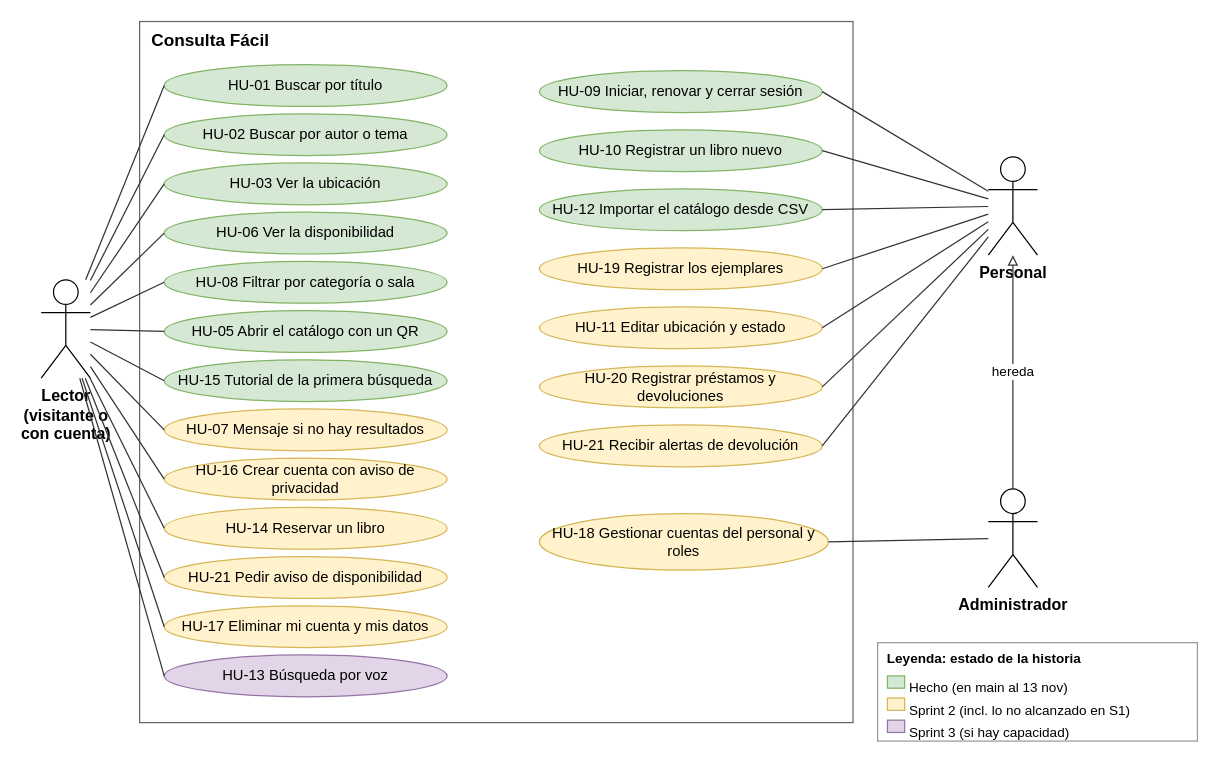
The draw.io diagram docs/diagramas/modelo-dominio-casos-uso.drawio in ByRAPG/clena-catalogo-biblioteca, before the edit. Source tidied: cells renumbered, new cells numbered last; positions are measured from the earlier drawing's top-left corner, leaving out a move shared by most shapes. Both pictures are drawn from the tidied source at 123%, with x=0, y=0 at pixel (41, 21).
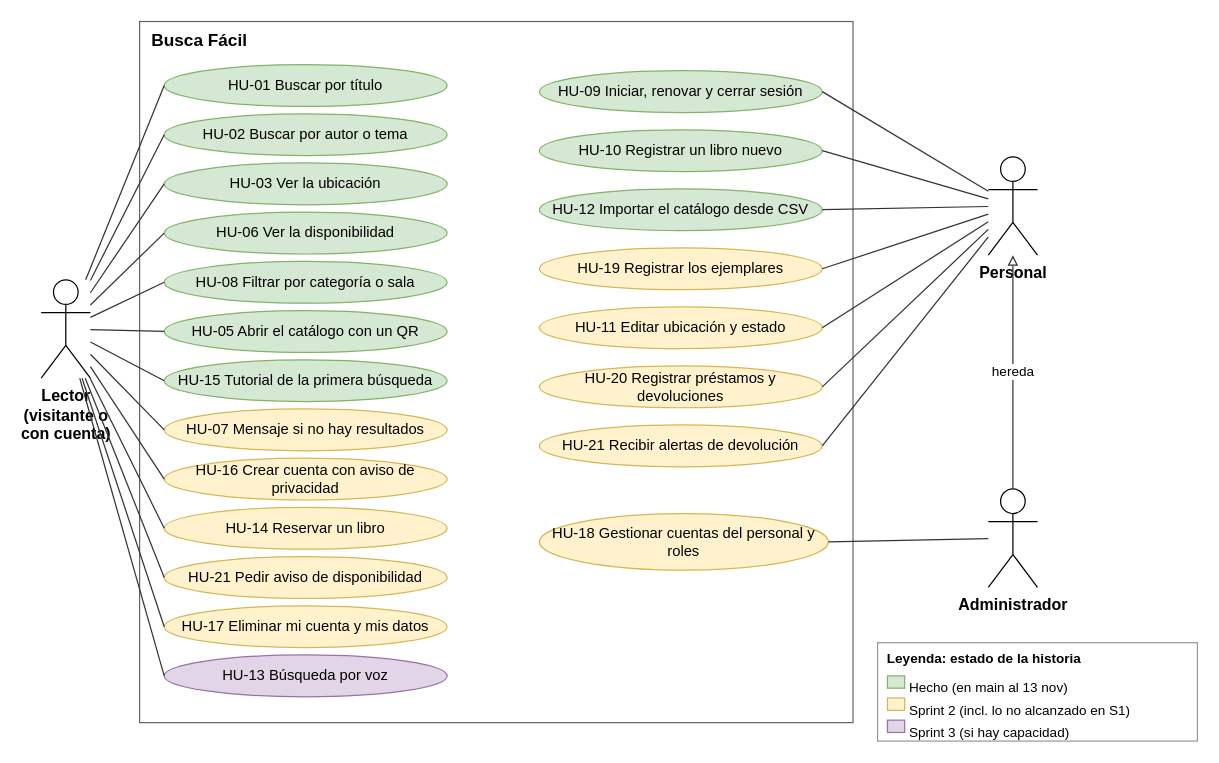
The same diagram, later.

What changed in the source:
```diff
@@
-    <mxCell id="2" value="Consulta Fácil" style="rounded=0;whiteSpace=wrap;html=1;verticalAlign=top;align=left;spacingLeft=8;fontStyle=1;fontSize=14;fillColor=none;strokeColor=#666666;" parent="1" vertex="1">
+    <mxCell id="2" value="Busca Fácil" style="rounded=0;whiteSpace=wrap;html=1;verticalAlign=top;align=left;spacingLeft=8;fontStyle=1;fontSize=14;fillColor=none;strokeColor=#666666;" parent="1" vertex="1">
       <mxGeometry x="80" width="580" height="570" as="geometry" />
     </mxCell>
```
